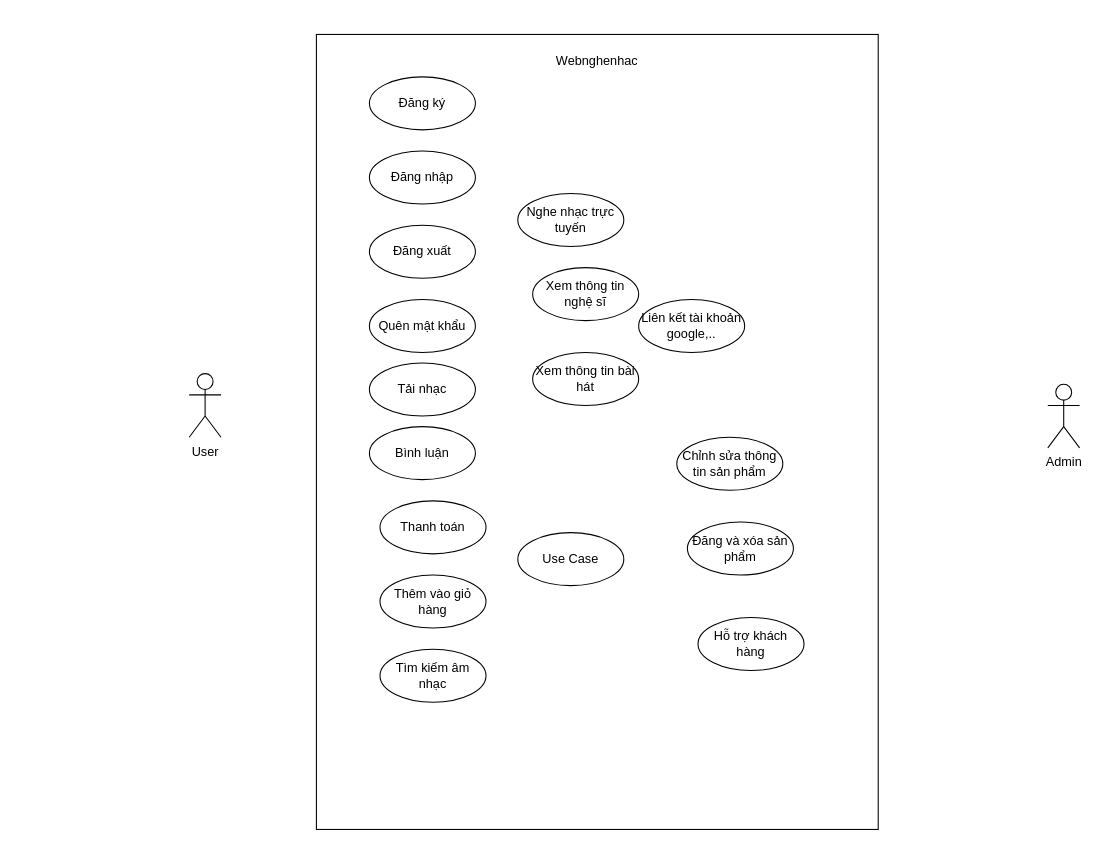
Above: Diagram.drawio in letham1612/test.ithub (draw.io), before the change. Source tidied: cells renumbered, new cells numbered last; positions are measured from the earlier drawing's top-left corner, leaving out a move shared by most shapes. Both pictures are drawn from the tidied source at 106%, with x=0, y=0 at pixel (189, 34).
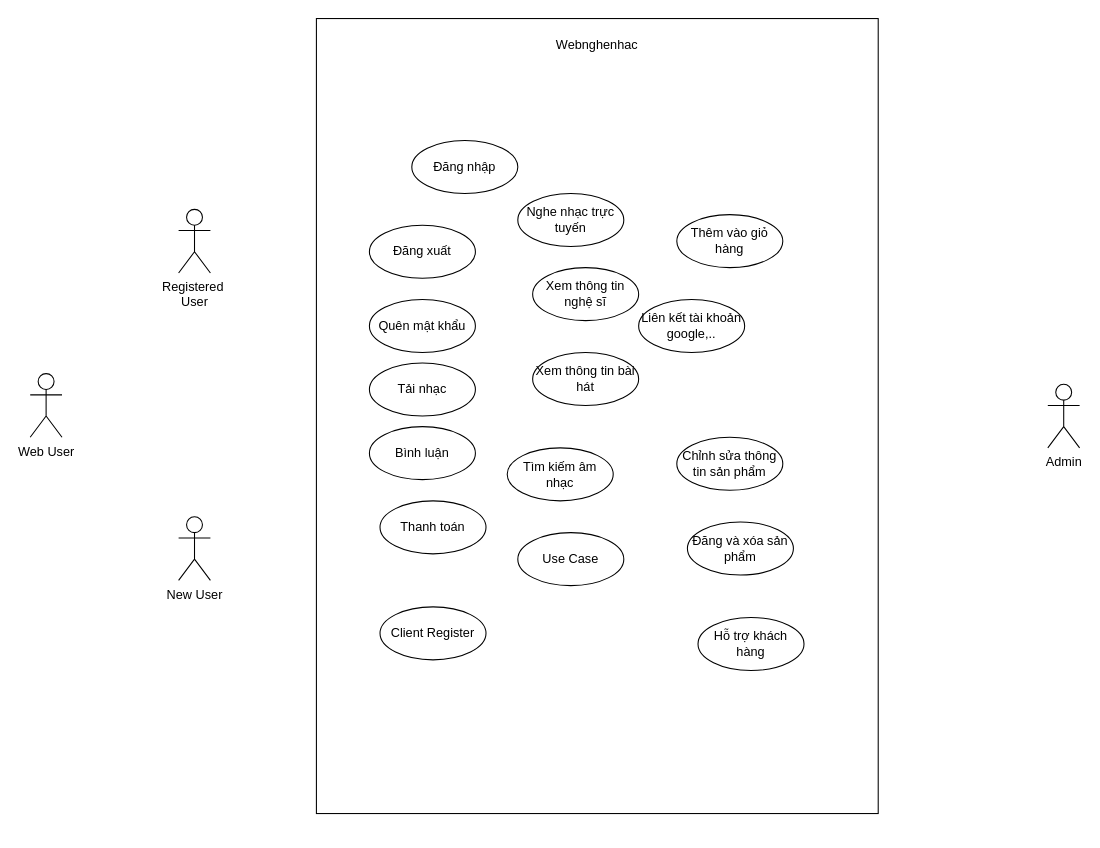
The same diagram, later.

Commit message (it also covers changes not shown here):
Cập nhật Diagram.drawio

Change to the diagram source:
```diff
@@
-    <mxCell id="3" value="User&lt;br&gt;" style="shape=umlActor;verticalLabelPosition=bottom;verticalAlign=top;html=1;" parent="1" vertex="1">
-      <mxGeometry y="320" width="30" height="60" as="geometry" />
+    <mxCell id="3" value="Web User&lt;br&gt;" style="shape=umlActor;verticalLabelPosition=bottom;verticalAlign=top;html=1;" parent="1" vertex="1">
+      <mxGeometry x="-150" y="320" width="30" height="60" as="geometry" />
     </mxCell>
     <mxCell id="4" value="Webnghenhac" style="html=1;whiteSpace=wrap;spacingBottom=700;" parent="1" vertex="1">
-      <mxGeometry x="120" width="530" height="750" as="geometry" />
+      <mxGeometry x="120" y="-15" width="530" height="750" as="geometry" />
     </mxCell>
@@
-    <mxCell id="6" value="Đăng ký" style="ellipse;whiteSpace=wrap;html=1;" parent="1" vertex="1">
-      <mxGeometry x="170" y="40" width="100" height="50" as="geometry" />
+    <mxCell id="6" value="Client Register" style="ellipse;whiteSpace=wrap;html=1;" parent="1" vertex="1">
+      <mxGeometry x="180" y="540" width="100" height="50" as="geometry" />
     </mxCell>
@@
     <mxCell id="12" value="Tìm kiếm âm nhạc" style="ellipse;whiteSpace=wrap;html=1;" parent="1" vertex="1">
-      <mxGeometry x="180" y="580" width="100" height="50" as="geometry" />
+      <mxGeometry x="300" y="390" width="100" height="50" as="geometry" />
     </mxCell>
     <mxCell id="13" value="Thêm vào giỏ hàng" style="ellipse;whiteSpace=wrap;html=1;" parent="1" vertex="1">
-      <mxGeometry x="180" y="510" width="100" height="50" as="geometry" />
+      <mxGeometry x="460" y="170" width="100" height="50" as="geometry" />
     </mxCell>
@@
     <mxCell id="19" value="Đăng nhập" style="ellipse;whiteSpace=wrap;html=1;" parent="1" vertex="1">
-      <mxGeometry x="170" y="110" width="100" height="50" as="geometry" />
+      <mxGeometry x="210" y="100" width="100" height="50" as="geometry" />
     </mxCell>
@@
+    <mxCell id="22" value="New User&lt;br&gt;&amp;nbsp;" style="shape=umlActor;verticalLabelPosition=bottom;verticalAlign=top;html=1;" parent="1" vertex="1">
+      <mxGeometry x="-10" y="455" width="30" height="60" as="geometry" />
+    </mxCell>
+    <mxCell id="23" value="Registered&amp;nbsp;&lt;br&gt;User" style="shape=umlActor;verticalLabelPosition=bottom;verticalAlign=top;html=1;" parent="1" vertex="1">
+      <mxGeometry x="-10" y="165" width="30" height="60" as="geometry" />
+    </mxCell>
```
